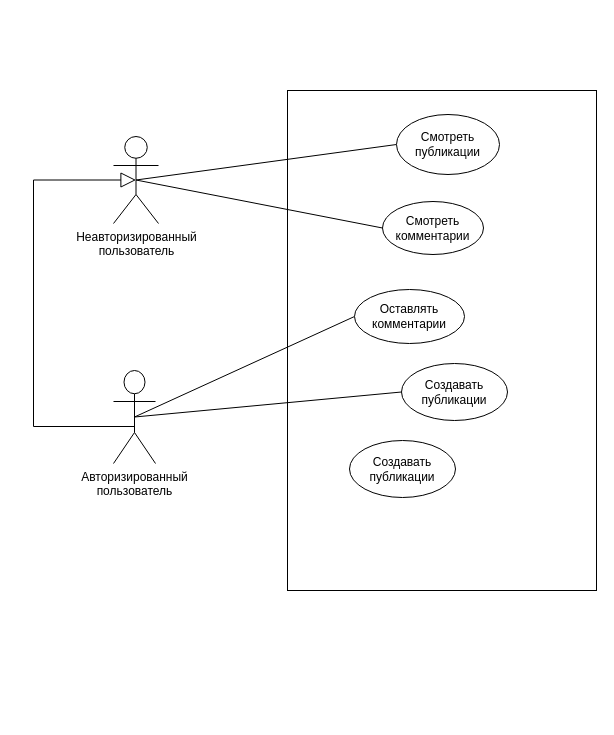
This is momentum/momenum.drawio from goriiin/5sem, a draw.io file, before an edit. Source tidied: cells renumbered, new cells numbered last; positions are measured from the earlier drawing's top-left corner, leaving out a move shared by most shapes. Both pictures are drawn from the tidied source at 100%, with x=0, y=0 at pixel (33, 90).
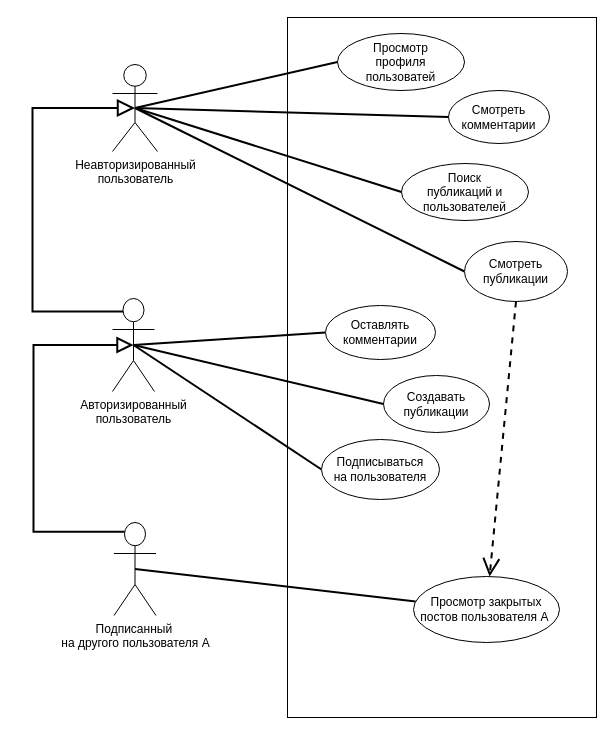
Above is the later version.

Diff of the diagram source:
```diff
@@
-    <mxCell id="2" style="rounded=0;jettySize=auto;html=1;exitX=0.5;exitY=0.5;exitDx=0;exitDy=0;exitPerimeter=0;entryX=0;entryY=0.5;entryDx=0;entryDy=0;endArrow=none;endFill=0;" parent="1" edge="1" source="4" target="10">
+    <mxCell id="2" style="rounded=0;jettySize=auto;html=1;exitX=0.5;exitY=0.5;exitDx=0;exitDy=0;exitPerimeter=0;entryX=0;entryY=0.5;entryDx=0;entryDy=0;endArrow=none;endFill=0;strokeWidth=2;" parent="1" edge="1" source="4" target="10">
       <mxGeometry relative="1" as="geometry" />
     </mxCell>
-    <mxCell id="3" style="rounded=0;jettySize=auto;html=1;exitX=0.5;exitY=0.5;exitDx=0;exitDy=0;exitPerimeter=0;entryX=0;entryY=0.5;entryDx=0;entryDy=0;endArrow=none;endFill=0;" parent="1" edge="1" source="4" target="11">
+    <mxCell id="3" style="rounded=0;jettySize=auto;html=1;exitX=0.5;exitY=0.5;exitDx=0;exitDy=0;exitPerimeter=0;entryX=0;entryY=0.5;entryDx=0;entryDy=0;endArrow=none;endFill=0;strokeWidth=2;" parent="1" edge="1" source="4" target="11">
       <mxGeometry relative="1" as="geometry" />
     </mxCell>
+    <mxCell id="15" style="rounded=0;jettySize=auto;html=1;exitX=0.5;exitY=0.5;exitDx=0;exitDy=0;exitPerimeter=0;entryX=0;entryY=0.5;entryDx=0;entryDy=0;endArrow=none;endFill=0;strokeWidth=2;" parent="1" edge="1" source="4" target="19">
+      <mxGeometry relative="1" as="geometry" />
+    </mxCell>
+    <mxCell id="16" style="rounded=0;jettySize=auto;html=1;exitX=0.5;exitY=0.5;exitDx=0;exitDy=0;exitPerimeter=0;entryX=0;entryY=0.5;entryDx=0;entryDy=0;endArrow=none;endFill=0;strokeWidth=2;" parent="1" edge="1" source="4" target="20">
+      <mxGeometry relative="1" as="geometry" />
+    </mxCell>
     <mxCell id="4" value="Неавторизированный&lt;br&gt;пользователь" style="shape=umlActor;verticalLabelPosition=bottom;verticalAlign=top;html=1;outlineConnect=0;gradientColor=none;" parent="1" vertex="1">
-      <mxGeometry x="80" y="46" width="45" height="87" as="geometry" />
+      <mxGeometry x="79" y="-26" width="45" height="87" as="geometry" />
     </mxCell>
-    <mxCell id="5" style="edgeStyle=orthogonalEdgeStyle;rounded=0;jettySize=auto;html=1;entryX=0.5;entryY=0.5;entryDx=0;entryDy=0;entryPerimeter=0;endArrow=block;endFill=0;exitX=0.5;exitY=0.5;exitDx=0;exitDy=0;exitPerimeter=0;strokeWidth=1;endSize=13;" parent="1" edge="1" source="8" target="4">
+    <mxCell id="5" style="edgeStyle=orthogonalEdgeStyle;rounded=0;jettySize=auto;html=1;entryX=0.5;entryY=0.5;entryDx=0;entryDy=0;entryPerimeter=0;endArrow=block;endFill=0;exitX=0.5;exitY=0;exitDx=0;exitDy=0;exitPerimeter=0;strokeWidth=2;endSize=13;" parent="1" edge="1" source="8" target="4">
       <mxGeometry relative="1" as="geometry">
         <Array as="points">
-          <mxPoint y="336" />
-          <mxPoint y="90" />
-          <mxPoint x="103" y="90" />
+          <mxPoint x="100" y="221" />
+          <mxPoint x="-1" y="221" />
+          <mxPoint x="-1" y="17" />
         </Array>
       </mxGeometry>
     </mxCell>
-    <mxCell id="6" style="rounded=0;jettySize=auto;html=1;exitX=0.5;exitY=0.5;exitDx=0;exitDy=0;exitPerimeter=0;entryX=0;entryY=0.5;entryDx=0;entryDy=0;endArrow=none;endFill=0;" parent="1" edge="1" source="8" target="12">
+    <mxCell id="6" style="rounded=0;jettySize=auto;html=1;exitX=0.5;exitY=0.5;exitDx=0;exitDy=0;exitPerimeter=0;entryX=0;entryY=0.5;entryDx=0;entryDy=0;endArrow=none;endFill=0;strokeWidth=2;" parent="1" edge="1" source="8" target="12">
       <mxGeometry relative="1" as="geometry" />
     </mxCell>
-    <mxCell id="7" style="rounded=0;jettySize=auto;html=1;exitX=0.5;exitY=0.5;exitDx=0;exitDy=0;exitPerimeter=0;entryX=0;entryY=0.5;entryDx=0;entryDy=0;endArrow=none;endFill=0;" parent="1" edge="1" source="8" target="13">
+    <mxCell id="7" style="rounded=0;jettySize=auto;html=1;exitX=0.5;exitY=0.5;exitDx=0;exitDy=0;exitPerimeter=0;entryX=0;entryY=0.5;entryDx=0;entryDy=0;endArrow=none;endFill=0;strokeWidth=2;" parent="1" edge="1" source="8" target="13">
       <mxGeometry relative="1" as="geometry" />
     </mxCell>
+    <mxCell id="17" style="rounded=0;jettySize=auto;html=1;exitX=0.5;exitY=0.5;exitDx=0;exitDy=0;exitPerimeter=0;entryX=0;entryY=0.5;entryDx=0;entryDy=0;endArrow=none;endFill=0;strokeWidth=2;" parent="1" edge="1" source="8" target="14">
+      <mxGeometry relative="1" as="geometry" />
+    </mxCell>
     <mxCell id="8" value="Авторизированный&lt;br&gt;пользователь" style="shape=umlActor;verticalLabelPosition=bottom;verticalAlign=top;html=1;outlineConnect=0;gradientColor=none;" parent="1" vertex="1">
-      <mxGeometry x="80" y="280" width="42" height="93" as="geometry" />
+      <mxGeometry x="79" y="208" width="42" height="93" as="geometry" />
     </mxCell>
     <mxCell id="9" style="rounded=0;whiteSpace=wrap;html=1;fillColor=none;" parent="1" vertex="1">
-      <mxGeometry x="254" width="309" height="500" as="geometry" />
+      <mxGeometry x="254" y="-73" width="309" height="700" as="geometry" />
     </mxCell>
+    <mxCell id="18" style="rounded=0;jettySize=auto;html=1;exitX=0.5;exitY=1;exitDx=0;exitDy=0;dashed=1;endArrow=open;endFill=0;endSize=14;strokeWidth=2;" parent="1" edge="1" source="10" target="23">
+      <mxGeometry relative="1" as="geometry" />
+    </mxCell>
     <mxCell id="10" value="Смотреть &lt;br&gt;публикации" style="ellipse;whiteSpace=wrap;html=1;" parent="1" vertex="1">
-      <mxGeometry x="363" y="24" width="103" height="60" as="geometry" />
+      <mxGeometry x="431" y="151" width="103" height="60" as="geometry" />
     </mxCell>
     <mxCell id="11" value="Смотреть&lt;br&gt;комментарии" style="ellipse;whiteSpace=wrap;html=1;" parent="1" vertex="1">
-      <mxGeometry x="349" y="111" width="101" height="53" as="geometry" />
+      <mxGeometry x="415" width="101" height="53" as="geometry" />
     </mxCell>
     <mxCell id="12" value="Оставлять&lt;br&gt;комментарии" style="ellipse;whiteSpace=wrap;html=1;" parent="1" vertex="1">
-      <mxGeometry x="321" y="199" width="110" height="54" as="geometry" />
+      <mxGeometry x="292" y="215" width="110" height="54" as="geometry" />
     </mxCell>
     <mxCell id="13" value="Создавать публикации" style="ellipse;whiteSpace=wrap;html=1;" parent="1" vertex="1">
-      <mxGeometry x="368" y="273" width="106" height="57" as="geometry" />
+      <mxGeometry x="350" y="285" width="106" height="57" as="geometry" />
     </mxCell>
-    <mxCell id="14" value="Создавать публикации" style="ellipse;whiteSpace=wrap;html=1;" parent="1" vertex="1">
-      <mxGeometry x="316" y="350" width="106" height="57" as="geometry" />
+    <mxCell id="14" value="Подписываться&lt;br&gt;на пользователя" style="ellipse;whiteSpace=wrap;html=1;" parent="1" vertex="1">
+      <mxGeometry x="288" y="349" width="118" height="60" as="geometry" />
     </mxCell>
+    <mxCell id="19" value="Поиск &lt;br&gt;публикаций и пользователей" style="ellipse;whiteSpace=wrap;html=1;" parent="1" vertex="1">
+      <mxGeometry x="368" y="73" width="127" height="57" as="geometry" />
+    </mxCell>
+    <mxCell id="20" value="Просмотр &lt;br&gt;профиля&lt;br&gt;пользоватей" style="ellipse;whiteSpace=wrap;html=1;" parent="1" vertex="1">
+      <mxGeometry x="304" y="-57" width="127" height="57" as="geometry" />
+    </mxCell>
+    <mxCell id="21" style="rounded=0;jettySize=auto;html=1;exitX=0.5;exitY=0.5;exitDx=0;exitDy=0;exitPerimeter=0;endArrow=none;endFill=0;strokeWidth=2;" parent="1" edge="1" source="22" target="23">
+      <mxGeometry relative="1" as="geometry" />
+    </mxCell>
+    <mxCell id="22" value="Подписанный&amp;nbsp;&lt;br&gt;на другого пользователя А" style="shape=umlActor;verticalLabelPosition=bottom;verticalAlign=top;html=1;outlineConnect=0;gradientColor=none;" parent="1" vertex="1">
+      <mxGeometry x="80.5" y="432" width="42" height="93" as="geometry" />
+    </mxCell>
+    <mxCell id="23" value="Просмотр закрытых постов пользователя А&amp;nbsp;" style="ellipse;whiteSpace=wrap;html=1;" parent="1" vertex="1">
+      <mxGeometry x="380" y="486" width="146" height="66" as="geometry" />
+    </mxCell>
+    <mxCell id="24" style="edgeStyle=orthogonalEdgeStyle;rounded=0;jettySize=auto;html=1;entryX=0.5;entryY=0.5;entryDx=0;entryDy=0;entryPerimeter=0;exitX=0.25;exitY=0.1;exitDx=0;exitDy=0;exitPerimeter=0;strokeWidth=2;endArrow=block;endFill=0;endSize=12;" parent="1" edge="1" source="22" target="8">
+      <mxGeometry relative="1" as="geometry">
+        <Array as="points">
+          <mxPoint y="441" />
+          <mxPoint y="255" />
+        </Array>
+      </mxGeometry>
+    </mxCell>
```
